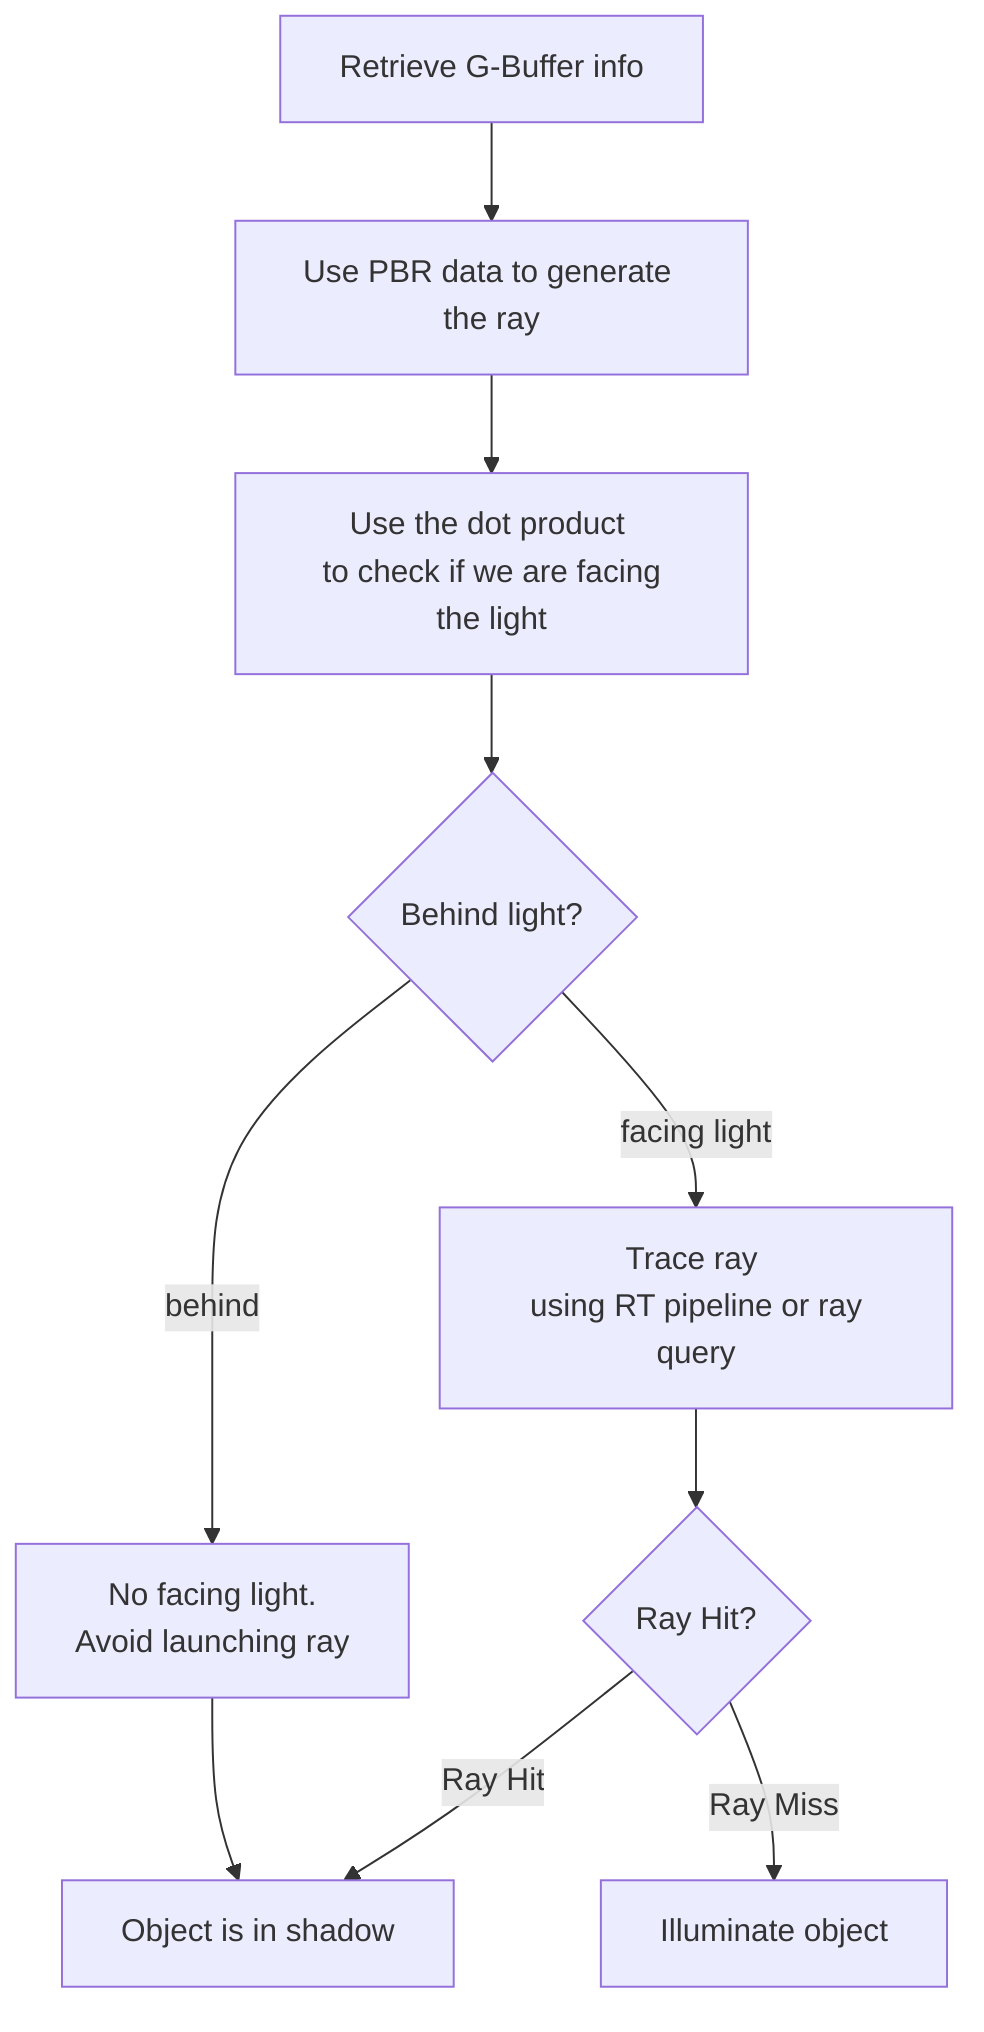
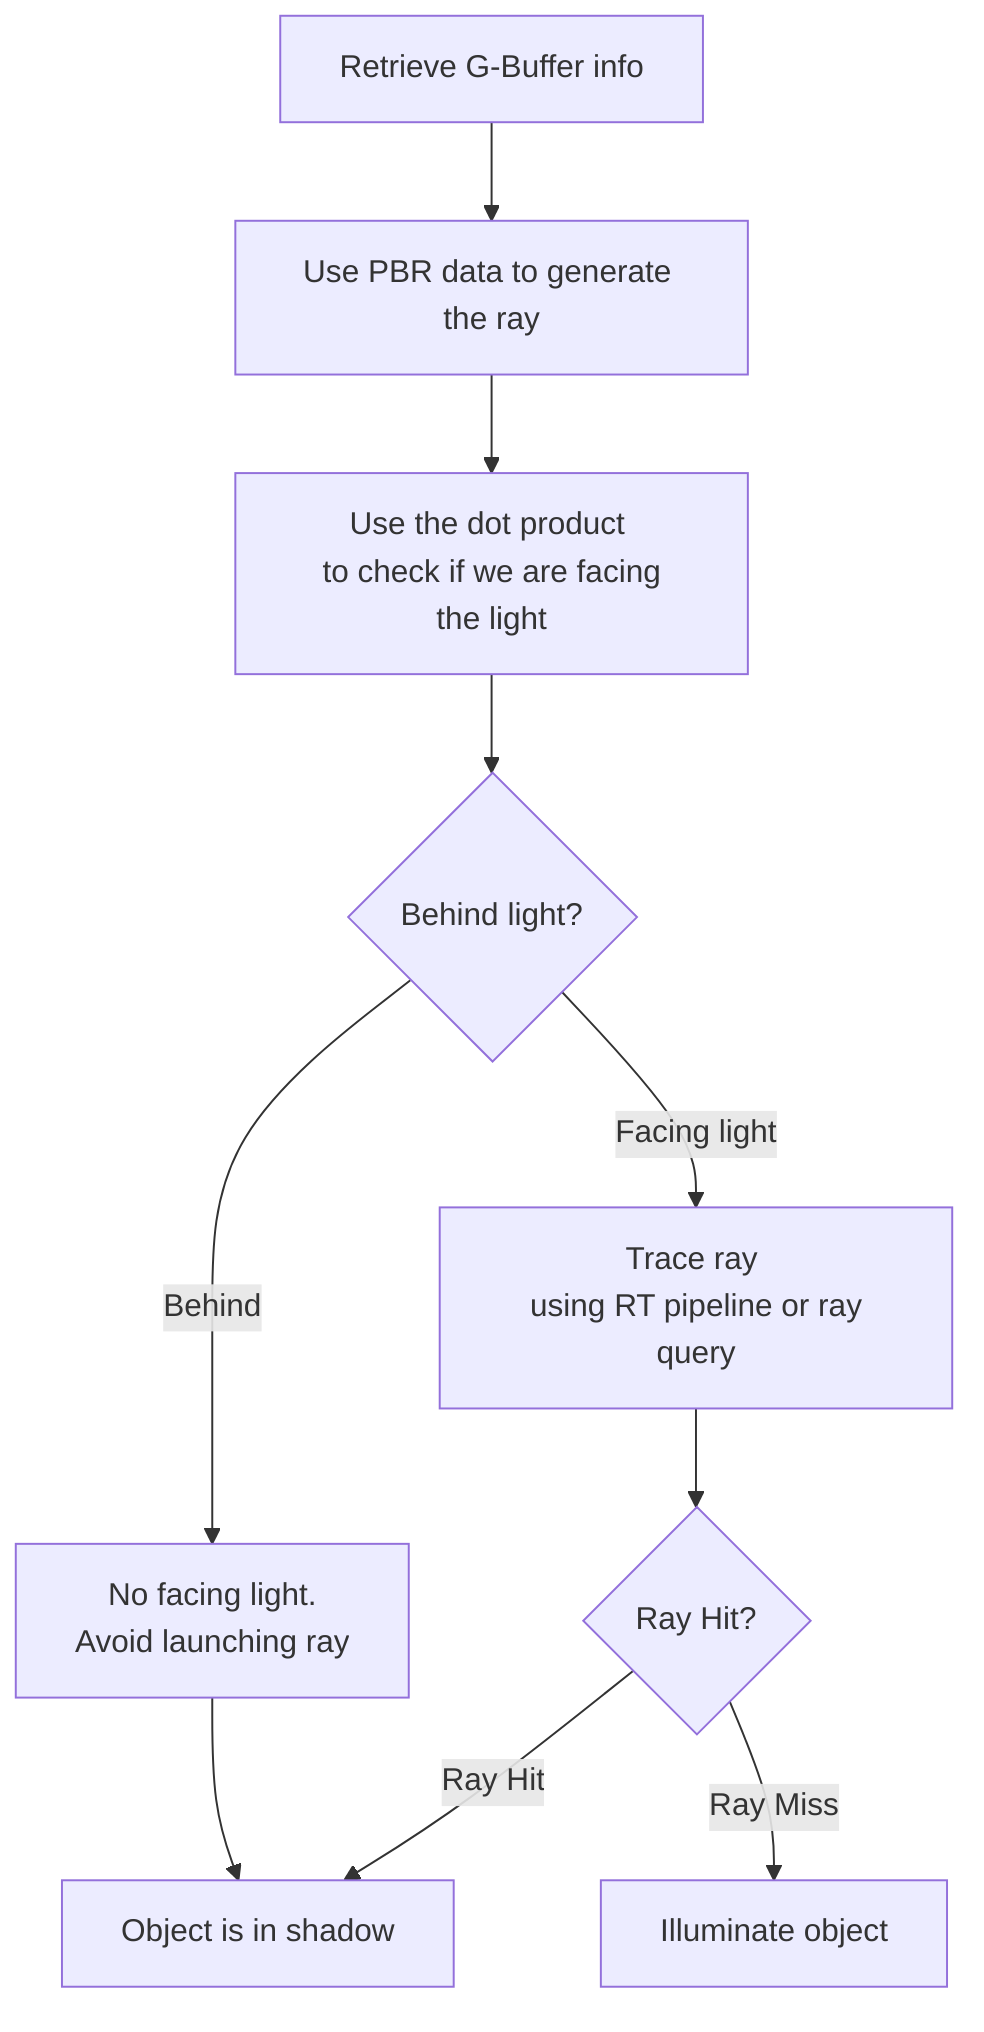
graph TD;
    gbuffer[Retrieve G-Buffer info]
    generate[Use PBR data to generate the ray]
    dotProduct[Use the dot product <br> to check if we are facing the light]
    check{Behind light?}
    trace[Trace ray <br> using RT pipeline or ray query]
    Hit{Ray Hit?}
    illuminate[Illuminate object]
    shadow[Object is in shadow]
    no_ray[No facing light. <br> Avoid launching ray]

    gbuffer-->generate;
    generate-->dotProduct;
    dotProduct-->check;
-     check-->|behind| no_ray;
-     check-->|facing light| trace;
+     check-->|Behind| no_ray;
+     check-->|Facing light| trace;
    trace-->Hit;
    no_ray-->shadow;
    Hit-->|Ray Miss| illuminate;
    Hit-->|Ray Hit| shadow;